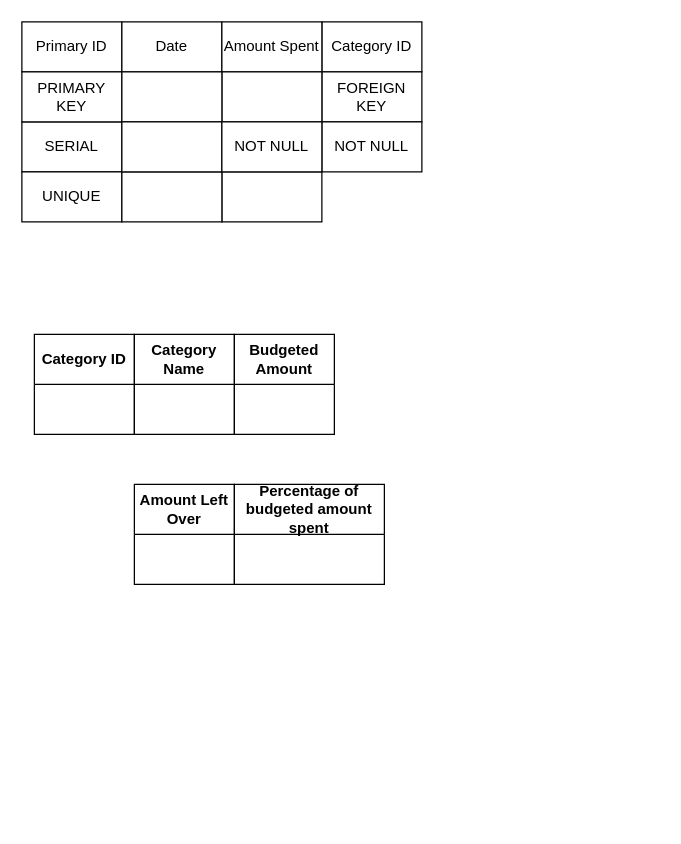
Before: Untitled Diagram.drawio in Kanyisa-Ntombini/budget_app, a draw.io diagram. Source tidied: cells renumbered, new cells numbered last; positions are measured from the earlier drawing's top-left corner, leaving out a move shared by most shapes. Both pictures are drawn from the tidied source at 125%, with x=0, y=0 at pixel (21, 21).
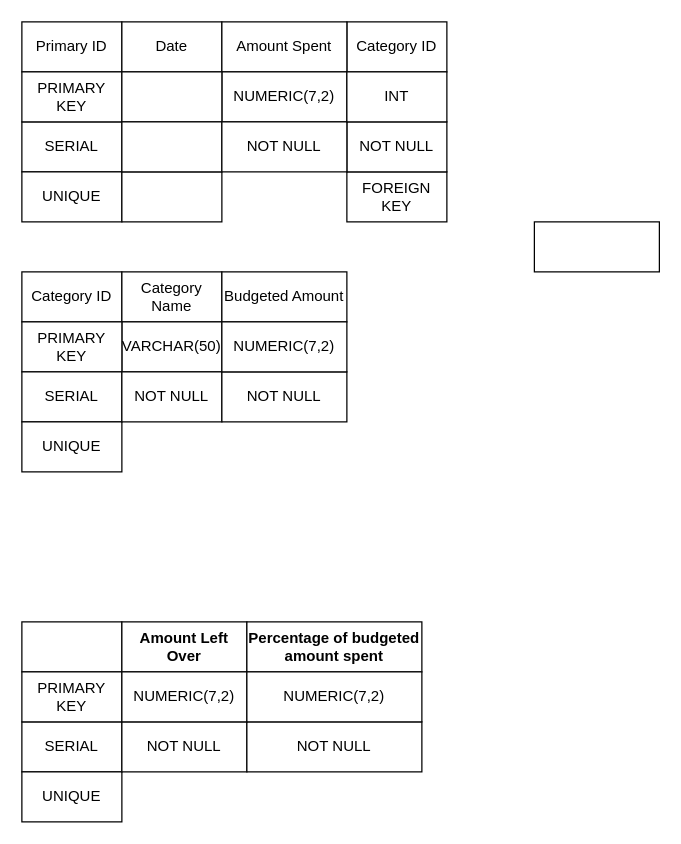
The same page after the edit.

The edit, as a diff of the source:
```diff
@@
-    <mxCell id="2" value="Category ID" style="swimlane;whiteSpace=wrap;html=1;startSize=40;" parent="1" vertex="1">
-      <mxGeometry x="10" y="250" width="80" height="80" as="geometry" />
-    </mxCell>
-    <mxCell id="3" value="Category Name" style="swimlane;whiteSpace=wrap;html=1;startSize=40;" parent="1" vertex="1">
-      <mxGeometry x="90" y="250" width="80" height="80" as="geometry" />
-    </mxCell>
-    <mxCell id="4" value="Budgeted Amount" style="swimlane;whiteSpace=wrap;html=1;startSize=40;" parent="1" vertex="1">
-      <mxGeometry x="170" y="250" width="80" height="80" as="geometry" />
-    </mxCell>
-    <mxCell id="5" value="Amount Left Over" style="swimlane;whiteSpace=wrap;html=1;startSize=40;" parent="1" vertex="1">
-      <mxGeometry x="90" y="370" width="80" height="80" as="geometry" />
-    </mxCell>
-    <mxCell id="6" value="Percentage of budgeted amount spent" style="swimlane;whiteSpace=wrap;html=1;startSize=40;" parent="1" vertex="1">
-      <mxGeometry x="170" y="370" width="120" height="80" as="geometry" />
-    </mxCell>
@@
     <mxCell id="9" value="Category ID" style="rounded=0;whiteSpace=wrap;html=1;" parent="1" vertex="1">
-      <mxGeometry x="240" width="80" height="40" as="geometry" />
+      <mxGeometry x="260" width="80" height="40" as="geometry" />
     </mxCell>
     <mxCell id="10" value="Amount Spent" style="rounded=0;whiteSpace=wrap;html=1;" parent="1" vertex="1">
-      <mxGeometry x="160" width="80" height="40" as="geometry" />
+      <mxGeometry x="160" width="100" height="40" as="geometry" />
     </mxCell>
@@
     <mxCell id="14" value="FOREIGN KEY" style="rounded=0;whiteSpace=wrap;html=1;" parent="1" vertex="1">
-      <mxGeometry x="240" y="40" width="80" height="40" as="geometry" />
+      <mxGeometry x="260" y="120" width="80" height="40" as="geometry" />
     </mxCell>
-    <mxCell id="15" style="rounded=0;whiteSpace=wrap;html=1;" parent="1" vertex="1">
-      <mxGeometry x="160" y="40" width="80" height="40" as="geometry" />
+    <mxCell id="15" value="NUMERIC(7,2)" style="rounded=0;whiteSpace=wrap;html=1;" parent="1" vertex="1">
+      <mxGeometry x="160" y="40" width="100" height="40" as="geometry" />
     </mxCell>
@@
     <mxCell id="17" value="NOT NULL" style="rounded=0;whiteSpace=wrap;html=1;" parent="1" vertex="1">
-      <mxGeometry x="240" y="80" width="80" height="40" as="geometry" />
+      <mxGeometry x="260" y="80" width="80" height="40" as="geometry" />
     </mxCell>
     <mxCell id="18" style="rounded=0;whiteSpace=wrap;html=1;" parent="1" vertex="1">
-      <mxGeometry x="160" y="120" width="80" height="40" as="geometry" />
+      <mxGeometry x="410" y="160" width="100" height="40" as="geometry" />
     </mxCell>
@@
     <mxCell id="21" value="NOT NULL" style="rounded=0;whiteSpace=wrap;html=1;" parent="1" vertex="1">
-      <mxGeometry x="160" y="80" width="80" height="40" as="geometry" />
+      <mxGeometry x="160" y="80" width="100" height="40" as="geometry" />
     </mxCell>
+    <mxCell id="2" value="Category ID" style="rounded=0;whiteSpace=wrap;html=1;" parent="1" vertex="1">
+      <mxGeometry y="200" width="80" height="40" as="geometry" />
+    </mxCell>
+    <mxCell id="3" value="Category Name" style="rounded=0;whiteSpace=wrap;html=1;" parent="1" vertex="1">
+      <mxGeometry x="80" y="200" width="80" height="40" as="geometry" />
+    </mxCell>
+    <mxCell id="4" value="Budgeted Amount" style="rounded=0;whiteSpace=wrap;html=1;" parent="1" vertex="1">
+      <mxGeometry x="160" y="200" width="100" height="40" as="geometry" />
+    </mxCell>
+    <mxCell id="22" value="VARCHAR(50)" style="rounded=0;whiteSpace=wrap;html=1;" parent="1" vertex="1">
+      <mxGeometry x="80" y="240" width="80" height="40" as="geometry" />
+    </mxCell>
+    <mxCell id="23" value="INT" style="rounded=0;whiteSpace=wrap;html=1;" parent="1" vertex="1">
+      <mxGeometry x="260" y="40" width="80" height="40" as="geometry" />
+    </mxCell>
+    <mxCell id="24" style="rounded=0;whiteSpace=wrap;html=1;" parent="1" vertex="1">
+      <mxGeometry y="480" width="80" height="40" as="geometry" />
+    </mxCell>
+    <mxCell id="25" value="PRIMARY KEY" style="rounded=0;whiteSpace=wrap;html=1;" parent="1" vertex="1">
+      <mxGeometry y="240" width="80" height="40" as="geometry" />
+    </mxCell>
+    <mxCell id="26" value="SERIAL" style="rounded=0;whiteSpace=wrap;html=1;" parent="1" vertex="1">
+      <mxGeometry y="280" width="80" height="40" as="geometry" />
+    </mxCell>
+    <mxCell id="27" value="UNIQUE" style="rounded=0;whiteSpace=wrap;html=1;" parent="1" vertex="1">
+      <mxGeometry y="320" width="80" height="40" as="geometry" />
+    </mxCell>
+    <mxCell id="28" value="NOT NULL" style="rounded=0;whiteSpace=wrap;html=1;" parent="1" vertex="1">
+      <mxGeometry x="80" y="280" width="80" height="40" as="geometry" />
+    </mxCell>
+    <mxCell id="29" value="NOT NULL" style="rounded=0;whiteSpace=wrap;html=1;" parent="1" vertex="1">
+      <mxGeometry x="160" y="280" width="100" height="40" as="geometry" />
+    </mxCell>
+    <mxCell id="30" value="SERIAL" style="rounded=0;whiteSpace=wrap;html=1;" parent="1" vertex="1">
+      <mxGeometry y="560" width="80" height="40" as="geometry" />
+    </mxCell>
+    <mxCell id="31" value="UNIQUE" style="rounded=0;whiteSpace=wrap;html=1;" parent="1" vertex="1">
+      <mxGeometry y="600" width="80" height="40" as="geometry" />
+    </mxCell>
+    <mxCell id="32" value="PRIMARY KEY" style="rounded=0;whiteSpace=wrap;html=1;" parent="1" vertex="1">
+      <mxGeometry y="520" width="80" height="40" as="geometry" />
+    </mxCell>
+    <mxCell id="5" value="&lt;span style=&quot;font-weight: 700;&quot;&gt;Amount Left Over&lt;/span&gt;" style="rounded=0;whiteSpace=wrap;html=1;" parent="1" vertex="1">
+      <mxGeometry x="80" y="480" width="100" height="40" as="geometry" />
+    </mxCell>
+    <mxCell id="6" value="&lt;span style=&quot;font-weight: 700;&quot;&gt;Percentage of budgeted amount spent&lt;/span&gt;" style="rounded=0;whiteSpace=wrap;html=1;" parent="1" vertex="1">
+      <mxGeometry x="180" y="480" width="140" height="40" as="geometry" />
+    </mxCell>
+    <mxCell id="33" value="NOT NULL" style="rounded=0;whiteSpace=wrap;html=1;" parent="1" vertex="1">
+      <mxGeometry x="80" y="560" width="100" height="40" as="geometry" />
+    </mxCell>
+    <mxCell id="34" value="NOT NULL" style="rounded=0;whiteSpace=wrap;html=1;" parent="1" vertex="1">
+      <mxGeometry x="180" y="560" width="140" height="40" as="geometry" />
+    </mxCell>
+    <mxCell id="35" value="NUMERIC(7,2)" style="rounded=0;whiteSpace=wrap;html=1;" parent="1" vertex="1">
+      <mxGeometry x="160" y="240" width="100" height="40" as="geometry" />
+    </mxCell>
+    <mxCell id="36" value="NUMERIC(7,2)" style="rounded=0;whiteSpace=wrap;html=1;" parent="1" vertex="1">
+      <mxGeometry x="80" y="520" width="100" height="40" as="geometry" />
+    </mxCell>
+    <mxCell id="37" value="NUMERIC(7,2)" style="rounded=0;whiteSpace=wrap;html=1;" parent="1" vertex="1">
+      <mxGeometry x="180" y="520" width="140" height="40" as="geometry" />
+    </mxCell>
```
